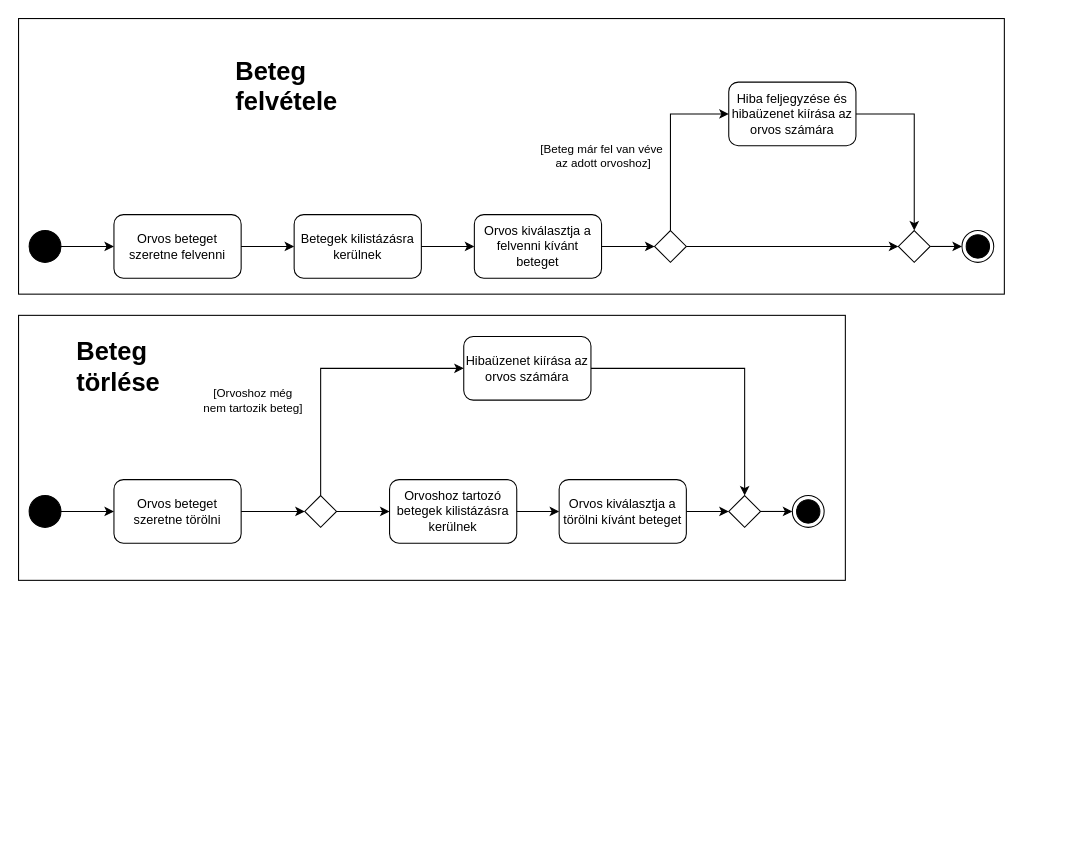
The draw.io diagram Tevekenyseg_diagramm.drawio in Ac1dD4v3/SzoftTech, before the edit. Source tidied: cells renumbered, new cells numbered last; positions are measured from the earlier drawing's top-left corner, leaving out a move shared by most shapes. Both pictures are drawn from the tidied source at 106%, with x=0, y=0 at pixel (18, 18).
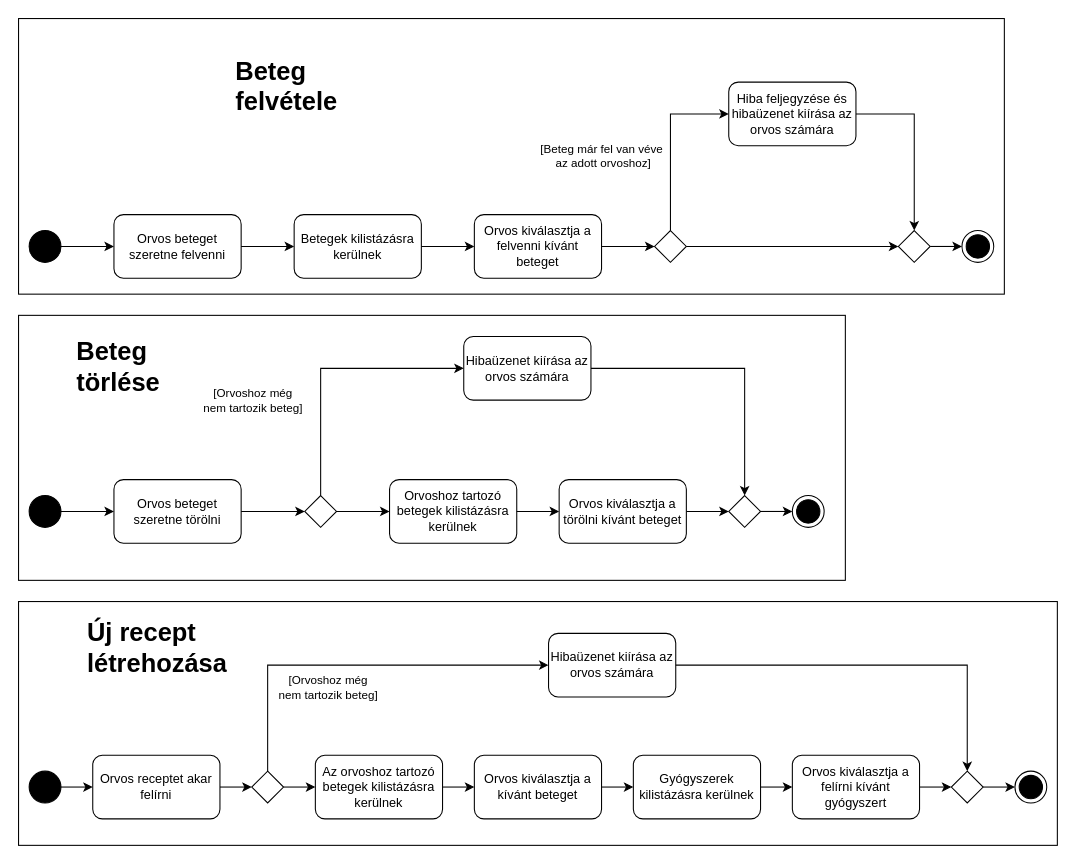
After the change.

Change to the diagram source:
```diff
@@
+    <mxCell id="41" style="group;" parent="1" vertex="1">
+      <mxGeometry y="550" width="980" height="230" as="geometry" />
+    </mxCell>
+    <mxCell id="42" style="rounded=0;whiteSpace=wrap;html=1;" parent="41" vertex="1">
+      <mxGeometry width="980" height="230" as="geometry" />
+    </mxCell>
+    <mxCell id="43" style="ellipse;fillColor=strokeColor;html=1;" parent="41" vertex="1">
+      <mxGeometry x="10" y="160" width="30" height="30" as="geometry" />
+    </mxCell>
+    <mxCell id="44" value="Orvos receptet akar felírni" style="rounded=1;whiteSpace=wrap;html=1;" parent="41" vertex="1">
+      <mxGeometry x="70" y="145" width="120" height="60" as="geometry" />
+    </mxCell>
+    <mxCell id="45" style="edgeStyle=orthogonalEdgeStyle;rounded=0;jettySize=auto;html=1;exitX=1;exitY=0.5;exitDx=0;exitDy=0;entryX=0;entryY=0.5;entryDx=0;entryDy=0;" parent="41" edge="1" source="43" target="44">
+      <mxGeometry relative="1" as="geometry" />
+    </mxCell>
+    <mxCell id="46" value="Az orvoshoz tartozó betegek kilistázásra kerülnek" style="rounded=1;whiteSpace=wrap;html=1;" parent="41" vertex="1">
+      <mxGeometry x="280" y="145" width="120" height="60" as="geometry" />
+    </mxCell>
+    <mxCell id="47" style="edgeStyle=orthogonalEdgeStyle;rounded=0;jettySize=auto;html=1;exitX=1;exitY=0.5;exitDx=0;exitDy=0;entryX=0;entryY=0.5;entryDx=0;entryDy=0;" parent="41" edge="1" source="48" target="46">
+      <mxGeometry relative="1" as="geometry" />
+    </mxCell>
+    <mxCell id="48" style="rhombus;whiteSpace=wrap;html=1;" parent="41" vertex="1">
+      <mxGeometry x="220" y="160" width="30" height="30" as="geometry" />
+    </mxCell>
+    <mxCell id="49" style="edgeStyle=orthogonalEdgeStyle;rounded=0;jettySize=auto;html=1;exitX=1;exitY=0.5;exitDx=0;exitDy=0;entryX=0;entryY=0.5;entryDx=0;entryDy=0;" parent="41" edge="1" source="44" target="48">
+      <mxGeometry relative="1" as="geometry" />
+    </mxCell>
+    <mxCell id="50" value="Hibaüzenet kiírása az orvos számára" style="rounded=1;whiteSpace=wrap;html=1;" parent="41" vertex="1">
+      <mxGeometry x="500" y="30" width="120" height="60" as="geometry" />
+    </mxCell>
+    <mxCell id="51" style="edgeStyle=orthogonalEdgeStyle;rounded=0;jettySize=auto;html=1;exitX=0.5;exitY=0;exitDx=0;exitDy=0;entryX=0;entryY=0.5;entryDx=0;entryDy=0;" parent="41" edge="1" source="48" target="50">
+      <mxGeometry relative="1" as="geometry" />
+    </mxCell>
+    <mxCell id="52" value="[Orvoshoz még &lt;br&gt;nem tartozik beteg]" style="edgeLabel;html=1;align=center;verticalAlign=middle;" parent="51" vertex="1">
+      <mxGeometry x="-0.35" relative="1" as="geometry">
+        <mxPoint x="37" y="20" as="offset" />
+      </mxGeometry>
+    </mxCell>
+    <mxCell id="53" value="Orvos kiválasztja a kívánt beteget" style="rounded=1;whiteSpace=wrap;html=1;" parent="41" vertex="1">
+      <mxGeometry x="430" y="145" width="120" height="60" as="geometry" />
+    </mxCell>
+    <mxCell id="54" style="edgeStyle=orthogonalEdgeStyle;rounded=0;jettySize=auto;html=1;exitX=1;exitY=0.5;exitDx=0;exitDy=0;entryX=0;entryY=0.5;entryDx=0;entryDy=0;" parent="41" edge="1" source="46" target="53">
+      <mxGeometry relative="1" as="geometry" />
+    </mxCell>
+    <mxCell id="55" style="rhombus;whiteSpace=wrap;html=1;" parent="41" vertex="1">
+      <mxGeometry x="880" y="160" width="30" height="30" as="geometry" />
+    </mxCell>
+    <mxCell id="56" style="edgeStyle=orthogonalEdgeStyle;rounded=0;jettySize=auto;html=1;exitX=1;exitY=0.5;exitDx=0;exitDy=0;entryX=0.5;entryY=0;entryDx=0;entryDy=0;" parent="41" edge="1" source="50" target="55">
+      <mxGeometry relative="1" as="geometry" />
+    </mxCell>
+    <mxCell id="57" style="ellipse;html=1;shape=endState;fillColor=strokeColor;" parent="41" vertex="1">
+      <mxGeometry x="940" y="160" width="30" height="30" as="geometry" />
+    </mxCell>
+    <mxCell id="58" style="edgeStyle=orthogonalEdgeStyle;rounded=0;jettySize=auto;html=1;exitX=1;exitY=0.5;exitDx=0;exitDy=0;entryX=0;entryY=0.5;entryDx=0;entryDy=0;" parent="41" edge="1" source="55" target="57">
+      <mxGeometry relative="1" as="geometry" />
+    </mxCell>
+    <mxCell id="59" value="Gyógyszerek kilistázásra kerülnek" style="rounded=1;whiteSpace=wrap;html=1;" parent="41" vertex="1">
+      <mxGeometry x="580" y="145" width="120" height="60" as="geometry" />
+    </mxCell>
+    <mxCell id="60" style="edgeStyle=orthogonalEdgeStyle;rounded=0;jettySize=auto;html=1;exitX=1;exitY=0.5;exitDx=0;exitDy=0;entryX=0;entryY=0.5;entryDx=0;entryDy=0;" parent="41" edge="1" source="53" target="59">
+      <mxGeometry relative="1" as="geometry" />
+    </mxCell>
+    <mxCell id="61" style="edgeStyle=orthogonalEdgeStyle;rounded=0;jettySize=auto;html=1;exitX=1;exitY=0.5;exitDx=0;exitDy=0;entryX=0;entryY=0.5;entryDx=0;entryDy=0;" parent="41" edge="1" source="62" target="55">
+      <mxGeometry relative="1" as="geometry" />
+    </mxCell>
+    <mxCell id="62" value="Orvos kiválasztja a felírni kívánt gyógyszert" style="rounded=1;whiteSpace=wrap;html=1;" parent="41" vertex="1">
+      <mxGeometry x="730" y="145" width="120" height="60" as="geometry" />
+    </mxCell>
+    <mxCell id="63" style="edgeStyle=orthogonalEdgeStyle;rounded=0;jettySize=auto;html=1;exitX=1;exitY=0.5;exitDx=0;exitDy=0;entryX=0;entryY=0.5;entryDx=0;entryDy=0;" parent="41" edge="1" source="59" target="62">
+      <mxGeometry relative="1" as="geometry" />
+    </mxCell>
+    <mxCell id="64" value="&lt;h1&gt;Új recept létrehozása&lt;/h1&gt;" style="text;html=1;strokeColor=none;fillColor=none;spacing=5;spacingTop=-20;whiteSpace=wrap;overflow=hidden;rounded=0;" parent="41" vertex="1">
+      <mxGeometry x="60" y="10" width="140" height="70" as="geometry" />
+    </mxCell>
```
